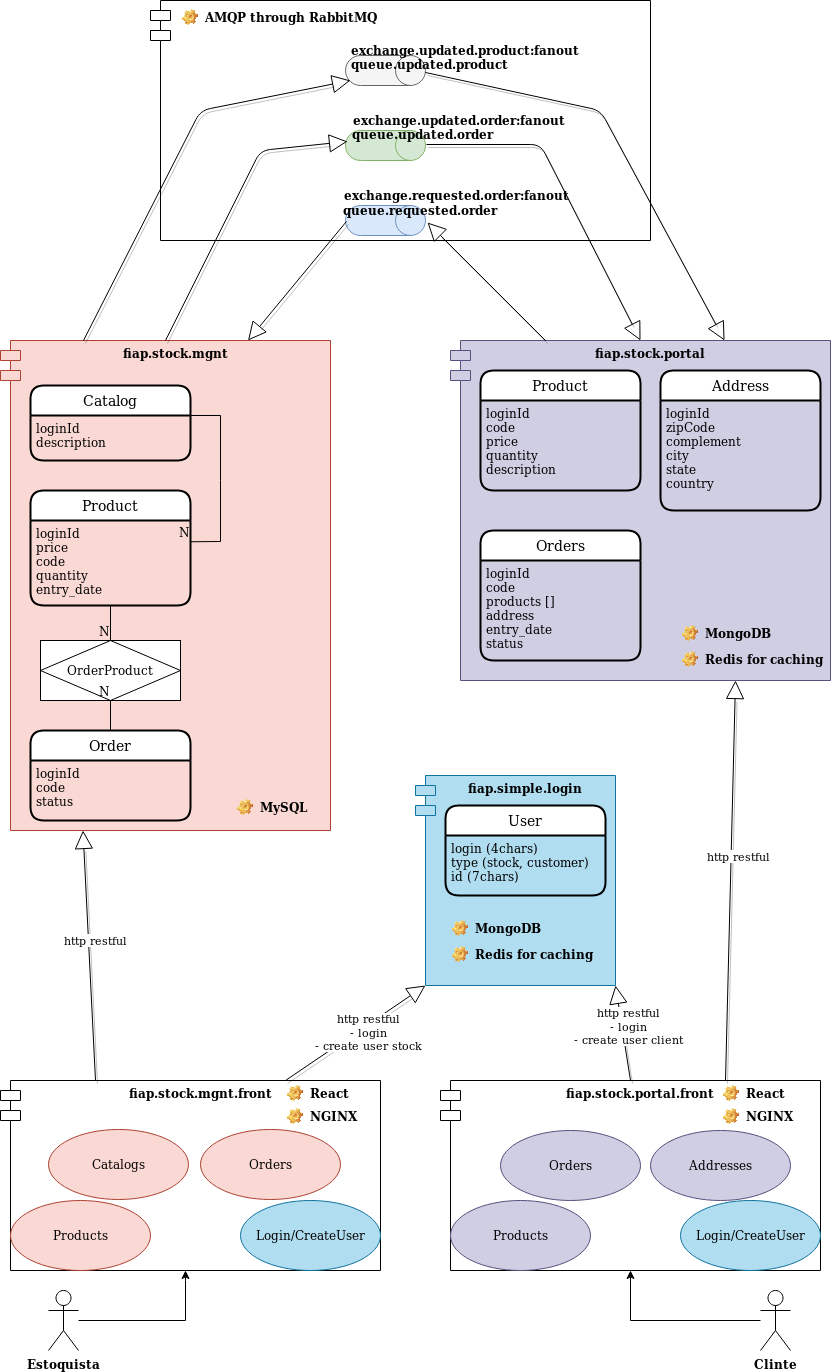
Before: docs/fiap.stock.ecommerce.png, a diagram exported from draw.io (jeanvillete/fiap-stock-ecommerce). Source tidied: cells renumbered, new cells last; positions are measured from the earlier drawing's top-left corner, leaving out a move shared by most shapes.
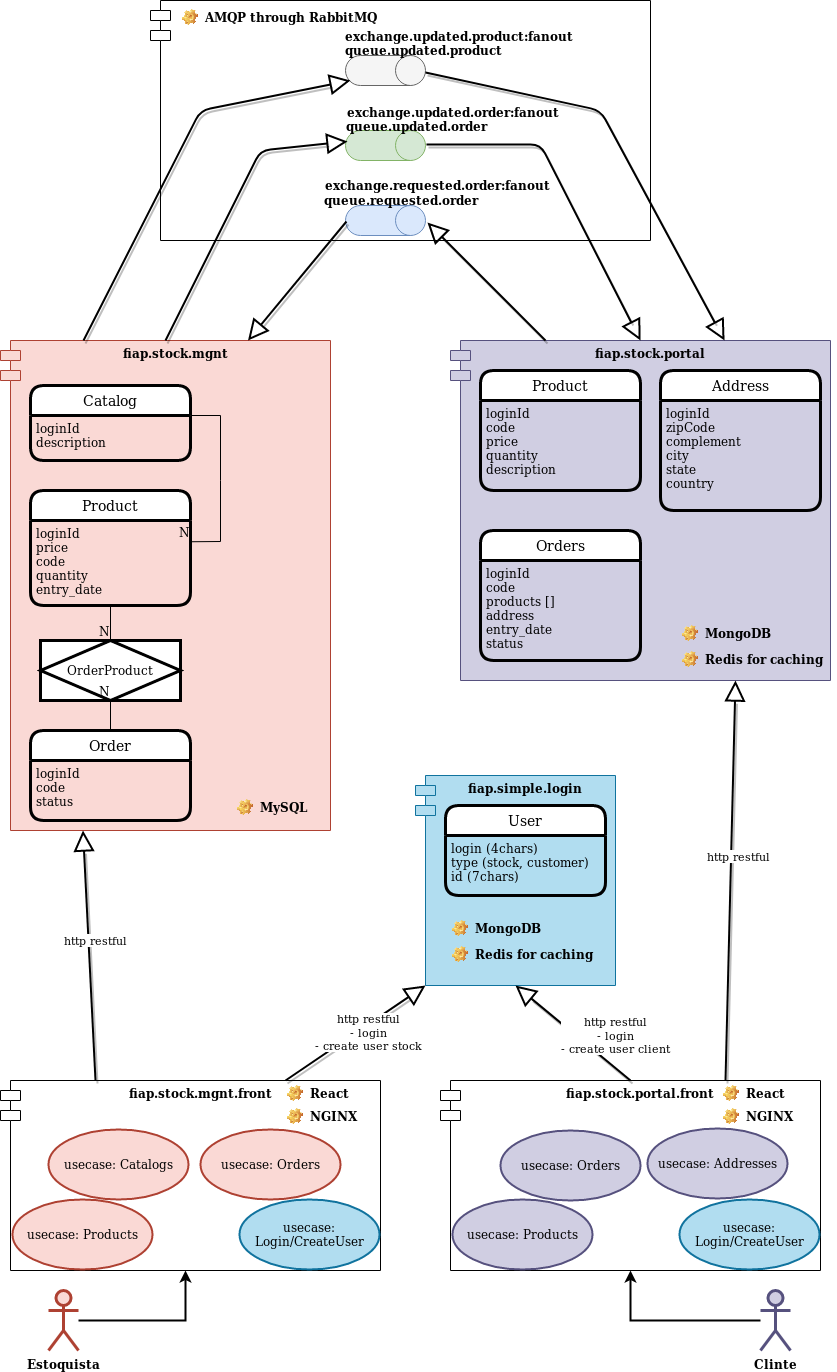
Above is the later version.

Commit message:
Atualizando diagrama de componentes

Change to the diagram source:
```diff
@@ -22,3 +22,3 @@
     </mxCell>
-    <mxCell id="6" value="OrderProduct" style="shape=associativeEntity;whiteSpace=wrap;html=1;align=center;" parent="1" vertex="1">
+    <mxCell id="6" value="OrderProduct" style="shape=associativeEntity;whiteSpace=wrap;html=1;align=center;fillColor=#FFFFFF;shadow=0;noLabel=0;strokeWidth=3;" parent="1" vertex="1">
       <mxGeometry x="40" y="640" width="140" height="60" as="geometry" />
@@ -49,3 +49,3 @@
     </mxCell>
-    <mxCell id="15" value="Catalog" style="swimlane;horizontal=1;startSize=30;rounded=1;fontSize=14;fontStyle=0;strokeWidth=2;shadow=0;dashed=0;align=center;" parent="1" vertex="1">
+    <mxCell id="15" value="Catalog" style="swimlane;horizontal=1;startSize=30;rounded=1;fontSize=14;fontStyle=0;strokeWidth=3;shadow=0;dashed=0;align=center;fillColor=#FFFFFF;noLabel=0;" parent="1" vertex="1">
       <mxGeometry x="30" y="385" width="160" height="75" as="geometry" />
@@ -55,3 +55,3 @@
     </mxCell>
-    <mxCell id="17" value="Product" style="swimlane;horizontal=1;startSize=30;rounded=1;fontSize=14;fontStyle=0;strokeWidth=2;shadow=0;dashed=0;align=center;" parent="1" vertex="1">
+    <mxCell id="17" value="Product" style="swimlane;horizontal=1;startSize=30;rounded=1;fontSize=14;fontStyle=0;strokeWidth=3;shadow=0;dashed=0;align=center;fillColor=#FFFFFF;noLabel=0;" parent="1" vertex="1">
       <mxGeometry x="30" y="490" width="160" height="115" as="geometry" />
@@ -61,3 +61,3 @@
     </mxCell>
-    <mxCell id="19" value="Order" style="swimlane;horizontal=1;startSize=30;rounded=1;fontSize=14;fontStyle=0;strokeWidth=2;shadow=0;dashed=0;align=center;" parent="1" vertex="1">
+    <mxCell id="19" value="Order" style="swimlane;horizontal=1;startSize=30;rounded=1;fontSize=14;fontStyle=0;strokeWidth=3;shadow=0;dashed=0;align=center;fillColor=#FFFFFF;noLabel=0;" parent="1" vertex="1">
       <mxGeometry x="30" y="730" width="160" height="90" as="geometry" />
@@ -73,3 +73,3 @@
     </mxCell>
-    <mxCell id="23" value="Address" style="swimlane;horizontal=1;startSize=30;rounded=1;fontSize=14;fontStyle=0;strokeWidth=2;shadow=0;dashed=0;align=center;" parent="1" vertex="1">
+    <mxCell id="23" value="Address" style="swimlane;horizontal=1;startSize=30;rounded=1;fontSize=14;fontStyle=0;strokeWidth=3;shadow=0;dashed=0;align=center;fillColor=#FFFFFF;noLabel=0;" parent="1" vertex="1">
       <mxGeometry x="660" y="370" width="160" height="140" as="geometry" />
@@ -79,3 +79,3 @@
     </mxCell>
-    <mxCell id="25" value="Product" style="swimlane;horizontal=1;startSize=30;rounded=1;fontSize=14;fontStyle=0;strokeWidth=2;shadow=0;dashed=0;align=center;" parent="1" vertex="1">
+    <mxCell id="25" value="Product" style="swimlane;horizontal=1;startSize=30;rounded=1;fontSize=14;fontStyle=0;strokeWidth=3;shadow=0;dashed=0;align=center;fillColor=#FFFFFF;noLabel=0;" parent="1" vertex="1">
       <mxGeometry x="480" y="370" width="160" height="120" as="geometry" />
@@ -85,3 +85,3 @@
     </mxCell>
-    <mxCell id="27" value="Orders" style="swimlane;horizontal=1;startSize=30;rounded=1;fontSize=14;fontStyle=0;strokeWidth=2;shadow=0;dashed=0;align=center;" parent="1" vertex="1">
+    <mxCell id="27" value="Orders" style="swimlane;horizontal=1;startSize=30;rounded=1;fontSize=14;fontStyle=0;strokeWidth=3;shadow=0;dashed=0;align=center;fillColor=#FFFFFF;noLabel=0;" parent="1" vertex="1">
       <mxGeometry x="480" y="530" width="160" height="130" as="geometry" />
@@ -94,10 +94,10 @@
     </mxCell>
-    <mxCell id="30" value="Orders" style="ellipse;whiteSpace=wrap;html=1;fillColor=#d0cee2;strokeColor=#56517e;" parent="1" vertex="1">
+    <mxCell id="30" value="usecase: Orders" style="ellipse;whiteSpace=wrap;html=1;fillColor=#d0cee2;strokeColor=#56517e;strokeWidth=2;" parent="1" vertex="1">
       <mxGeometry x="500" y="1130" width="140" height="70" as="geometry" />
     </mxCell>
-    <mxCell id="31" value="Addresses" style="ellipse;whiteSpace=wrap;html=1;fillColor=#d0cee2;strokeColor=#56517e;" parent="1" vertex="1">
-      <mxGeometry x="650" y="1130" width="140" height="70" as="geometry" />
+    <mxCell id="31" value="usecase: Addresses" style="ellipse;whiteSpace=wrap;html=1;fillColor=#d0cee2;strokeColor=#56517e;strokeWidth=2;" parent="1" vertex="1">
+      <mxGeometry x="647" y="1128" width="140" height="70" as="geometry" />
     </mxCell>
-    <mxCell id="32" value="Products" style="ellipse;whiteSpace=wrap;html=1;fillColor=#d0cee2;strokeColor=#56517e;" parent="1" vertex="1">
-      <mxGeometry x="450" y="1200" width="140" height="70" as="geometry" />
+    <mxCell id="32" value="usecase: Products" style="ellipse;whiteSpace=wrap;html=1;fillColor=#d0cee2;strokeColor=#56517e;strokeWidth=2;" parent="1" vertex="1">
+      <mxGeometry x="452" y="1199" width="140" height="70" as="geometry" />
     </mxCell>
@@ -106,30 +106,32 @@
     </mxCell>
-    <mxCell id="34" value="Catalogs" style="ellipse;whiteSpace=wrap;html=1;fillColor=#fad9d5;strokeColor=#ae4132;" parent="1" vertex="1">
+    <mxCell id="34" value="usecase: Catalogs" style="ellipse;whiteSpace=wrap;html=1;fillColor=#fad9d5;strokeColor=#ae4132;strokeWidth=2;" parent="1" vertex="1">
       <mxGeometry x="48" y="1129" width="140" height="70" as="geometry" />
     </mxCell>
-    <mxCell id="35" value="Orders" style="ellipse;whiteSpace=wrap;html=1;fillColor=#fad9d5;strokeColor=#ae4132;" parent="1" vertex="1">
+    <mxCell id="35" value="usecase: Orders" style="ellipse;whiteSpace=wrap;html=1;fillColor=#fad9d5;strokeColor=#ae4132;strokeWidth=2;" parent="1" vertex="1">
       <mxGeometry x="200" y="1129" width="140" height="70" as="geometry" />
     </mxCell>
-    <mxCell id="36" value="Products" style="ellipse;whiteSpace=wrap;html=1;fillColor=#fad9d5;strokeColor=#ae4132;" parent="1" vertex="1">
-      <mxGeometry x="10" y="1200" width="140" height="70" as="geometry" />
+    <mxCell id="36" value="usecase: Products" style="ellipse;whiteSpace=wrap;html=1;fillColor=#fad9d5;strokeColor=#ae4132;strokeWidth=2;" parent="1" vertex="1">
+      <mxGeometry x="12" y="1199" width="140" height="70" as="geometry" />
     </mxCell>
-    <mxCell id="37" value="Login/CreateUser" style="ellipse;whiteSpace=wrap;html=1;fillColor=#b1ddf0;strokeColor=#10739e;" parent="1" vertex="1">
-      <mxGeometry x="240" y="1200" width="140" height="70" as="geometry" />
+    <mxCell id="37" value="usecase: Login/CreateUser" style="ellipse;whiteSpace=wrap;html=1;fillColor=#b1ddf0;strokeColor=#10739e;strokeWidth=2;" parent="1" vertex="1">
+      <mxGeometry x="239" y="1199" width="140" height="70" as="geometry" />
     </mxCell>
-    <mxCell id="38" value="Login/CreateUser" style="ellipse;whiteSpace=wrap;html=1;fillColor=#b1ddf0;strokeColor=#10739e;" parent="1" vertex="1">
-      <mxGeometry x="680" y="1200" width="140" height="70" as="geometry" />
+    <mxCell id="38" value="usecase: Login/CreateUser" style="ellipse;whiteSpace=wrap;html=1;fillColor=#b1ddf0;strokeColor=#10739e;strokeWidth=2;" parent="1" vertex="1">
+      <mxGeometry x="679" y="1199" width="140" height="70" as="geometry" />
     </mxCell>
-    <mxCell id="39" value="http restful " style="endArrow=block;endSize=16;endFill=0;html=1;exitX=0.25;exitY=0;exitDx=0;exitDy=0;entryX=0.25;entryY=1;entryDx=0;entryDy=0;shadow=1;" parent="1" edge="1" source="33" target="2">
+    <mxCell id="39" value="http restful " style="endArrow=block;endSize=16;endFill=0;html=1;exitX=0.25;exitY=0;exitDx=0;exitDy=0;entryX=0.25;entryY=1;entryDx=0;entryDy=0;shadow=1;strokeWidth=2;" parent="1" edge="1" source="33" target="2">
       <mxGeometry x="0.12" y="-7" relative="1" as="geometry" />
     </mxCell>
-    <mxCell id="40" value="http restful" style="endArrow=block;endSize=16;endFill=0;html=1;exitX=0.75;exitY=0;exitDx=0;exitDy=0;entryX=0.75;entryY=1;entryDx=0;entryDy=0;shadow=1;" parent="1" edge="1" source="29" target="11">
+    <mxCell id="40" value="http restful" style="endArrow=block;endSize=16;endFill=0;html=1;exitX=0.75;exitY=0;exitDx=0;exitDy=0;entryX=0.75;entryY=1;entryDx=0;entryDy=0;shadow=1;strokeWidth=2;" parent="1" edge="1" source="29" target="11">
       <mxGeometry x="0.12" y="-7" relative="1" as="geometry" />
     </mxCell>
-    <mxCell id="41" value="&lt;div&gt;http restful &lt;br&gt;&lt;/div&gt;&lt;div&gt;- login&lt;/div&gt;&lt;div&gt;- create user stock&lt;br&gt;&lt;/div&gt;" style="endArrow=block;endSize=16;endFill=0;html=1;exitX=0.75;exitY=0;exitDx=0;exitDy=0;entryX=0;entryY=1;entryDx=10;entryDy=0;entryPerimeter=0;shadow=1;" parent="1" edge="1" source="33" target="3">
+    <mxCell id="41" value="&lt;div&gt;http restful &lt;br&gt;&lt;/div&gt;&lt;div&gt;- login&lt;/div&gt;&lt;div&gt;- create user stock&lt;br&gt;&lt;/div&gt;" style="endArrow=block;endSize=16;endFill=0;html=1;exitX=0.75;exitY=0;exitDx=0;exitDy=0;entryX=0;entryY=1;entryDx=10;entryDy=0;entryPerimeter=0;shadow=1;strokeWidth=2;" parent="1" edge="1" source="33" target="3">
       <mxGeometry x="0.12" y="-7" relative="1" as="geometry" />
     </mxCell>
-    <mxCell id="42" value="&lt;div&gt;http restful&lt;/div&gt;&lt;div&gt;- login&lt;/div&gt;&lt;div&gt;- create user client&lt;br&gt;&lt;/div&gt;" style="endArrow=block;endSize=16;endFill=0;html=1;exitX=0.5;exitY=0;exitDx=0;exitDy=0;entryX=1;entryY=1;entryDx=0;entryDy=0;shadow=1;" parent="1" edge="1" source="29" target="3">
-      <mxGeometry x="0.12" y="-7" relative="1" as="geometry" />
+    <mxCell id="42" value="&lt;div&gt;http restful&lt;/div&gt;&lt;div&gt;- login&lt;/div&gt;&lt;div&gt;- create user client&lt;br&gt;&lt;/div&gt;" style="endArrow=block;endSize=16;endFill=0;html=1;exitX=0.5;exitY=0;exitDx=0;exitDy=0;entryX=0.5;entryY=1;entryDx=0;entryDy=0;shadow=1;strokeWidth=2;" parent="1" edge="1" source="29" target="3">
+      <mxGeometry x="-0.45" y="-24" relative="1" as="geometry">
+        <mxPoint x="1" as="offset" />
+      </mxGeometry>
     </mxCell>
-    <mxCell id="43" value="User" style="swimlane;horizontal=1;startSize=30;rounded=1;fontSize=14;fontStyle=0;strokeWidth=2;shadow=0;dashed=0;align=center;" parent="1" vertex="1">
+    <mxCell id="43" value="User" style="swimlane;horizontal=1;startSize=30;rounded=1;fontSize=14;fontStyle=0;strokeWidth=3;shadow=0;dashed=0;align=center;fillColor=#FFFFFF;noLabel=0;" parent="1" vertex="1">
       <mxGeometry x="445" y="805" width="160" height="90" as="geometry" />
@@ -139,3 +141,3 @@
     </mxCell>
-    <mxCell id="45" style="edgeStyle=orthogonalEdgeStyle;rounded=0;jettySize=auto;html=1;" parent="1" edge="1" source="46" target="33">
+    <mxCell id="45" style="edgeStyle=orthogonalEdgeStyle;rounded=0;jettySize=auto;html=1;strokeWidth=2;" parent="1" edge="1" source="46" target="33">
       <mxGeometry relative="1" as="geometry">
@@ -147,6 +149,6 @@
     </mxCell>
-    <mxCell id="46" value="Estoquista" style="shape=umlActor;verticalLabelPosition=bottom;verticalAlign=top;html=1;fontStyle=1;" parent="1" vertex="1">
+    <mxCell id="46" value="Estoquista" style="shape=umlActor;verticalLabelPosition=bottom;verticalAlign=top;html=1;fontStyle=1;fillColor=#fad9d5;strokeColor=#ae4132;strokeWidth=3;" parent="1" vertex="1">
       <mxGeometry x="48" y="1290" width="30" height="60" as="geometry" />
     </mxCell>
-    <mxCell id="47" style="edgeStyle=orthogonalEdgeStyle;rounded=0;jettySize=auto;html=1;" parent="1" edge="1" source="48" target="29">
+    <mxCell id="47" style="edgeStyle=orthogonalEdgeStyle;rounded=0;jettySize=auto;html=1;strokeWidth=2;" parent="1" edge="1" source="48" target="29">
       <mxGeometry relative="1" as="geometry">
@@ -157,3 +159,3 @@
     </mxCell>
-    <mxCell id="48" value="Clinte" style="shape=umlActor;verticalLabelPosition=bottom;verticalAlign=top;html=1;fontStyle=1;" parent="1" vertex="1">
+    <mxCell id="48" value="Clinte" style="shape=umlActor;verticalLabelPosition=bottom;verticalAlign=top;html=1;fontStyle=1;fillColor=#d0cee2;strokeColor=#56517e;strokeWidth=3;" parent="1" vertex="1">
       <mxGeometry x="760" y="1290" width="30" height="60" as="geometry" />
@@ -179,11 +181,11 @@
     <mxCell id="55" value="exchange.requested.order:fanout" style="text;html=1;strokeColor=none;fillColor=none;align=center;verticalAlign=middle;whiteSpace=wrap;rounded=0;fontStyle=1;" parent="1" vertex="1">
-      <mxGeometry x="271" y="185" width="370" height="20" as="geometry" />
+      <mxGeometry x="252" y="175" width="370" height="20" as="geometry" />
     </mxCell>
     <mxCell id="56" value="queue.requested.order" style="text;html=1;strokeColor=none;fillColor=none;align=center;verticalAlign=middle;whiteSpace=wrap;rounded=0;fontStyle=1;" parent="1" vertex="1">
-      <mxGeometry x="235" y="200" width="370" height="20" as="geometry" />
+      <mxGeometry x="216" y="190" width="370" height="20" as="geometry" />
     </mxCell>
-    <mxCell id="57" style="endArrow=block;endSize=16;endFill=0;html=1;exitX=0.25;exitY=0;exitDx=0;exitDy=0;entryX=0.567;entryY=-0.025;entryDx=0;entryDy=0;entryPerimeter=0;shadow=1;sketch=0;" parent="1" edge="1" source="11" target="54">
+    <mxCell id="57" style="endArrow=block;endSize=16;endFill=0;html=1;exitX=0.25;exitY=0;exitDx=0;exitDy=0;entryX=0.567;entryY=-0.025;entryDx=0;entryDy=0;entryPerimeter=0;shadow=1;sketch=0;strokeWidth=2;" parent="1" edge="1" source="11" target="54">
       <mxGeometry x="-0.5" y="-33" relative="1" as="geometry" />
     </mxCell>
-    <mxCell id="58" style="endArrow=block;endSize=16;endFill=0;html=1;entryX=0.75;entryY=0;entryDx=0;entryDy=0;exitX=0.533;exitY=0.988;exitDx=0;exitDy=0;exitPerimeter=0;shadow=1;" parent="1" edge="1" source="54" target="2">
+    <mxCell id="58" style="endArrow=block;endSize=16;endFill=0;html=1;entryX=0.75;entryY=0;entryDx=0;entryDy=0;exitX=0.533;exitY=0.988;exitDx=0;exitDy=0;exitPerimeter=0;shadow=1;strokeWidth=2;" parent="1" edge="1" source="54" target="2">
       <mxGeometry x="-0.5" y="-33" relative="1" as="geometry" />
@@ -200,14 +202,14 @@
     <mxCell id="62" value="exchange.updated.order:fanout" style="text;html=1;strokeColor=none;fillColor=none;align=center;verticalAlign=middle;whiteSpace=wrap;rounded=0;fontStyle=1;" parent="1" vertex="1">
-      <mxGeometry x="274" y="110" width="370" height="20" as="geometry" />
+      <mxGeometry x="268" y="102" width="370" height="20" as="geometry" />
     </mxCell>
     <mxCell id="63" value="queue.updated.order" style="text;html=1;strokeColor=none;align=center;verticalAlign=middle;whiteSpace=wrap;rounded=0;strokeWidth=1;fontStyle=1;" parent="1" vertex="1">
-      <mxGeometry x="237" y="124" width="370" height="20" as="geometry" />
+      <mxGeometry x="231" y="116" width="370" height="20" as="geometry" />
     </mxCell>
     <mxCell id="64" value="exchange.updated.product:fanout" style="text;html=1;strokeColor=none;fillColor=none;align=center;verticalAlign=middle;whiteSpace=wrap;rounded=0;fontStyle=1;" parent="1" vertex="1">
-      <mxGeometry x="280" y="40" width="370" height="20" as="geometry" />
+      <mxGeometry x="274" y="26" width="370" height="20" as="geometry" />
     </mxCell>
     <mxCell id="65" value="queue.updated.product" style="text;html=1;strokeColor=none;fillColor=none;align=center;verticalAlign=middle;whiteSpace=wrap;rounded=0;fontStyle=1;" parent="1" vertex="1">
-      <mxGeometry x="244" y="54" width="370" height="20" as="geometry" />
+      <mxGeometry x="238" y="40" width="370" height="20" as="geometry" />
     </mxCell>
-    <mxCell id="66" style="endArrow=block;endSize=16;endFill=0;html=1;exitX=0.467;exitY=-0.012;exitDx=0;exitDy=0;entryX=0.5;entryY=0;entryDx=0;entryDy=0;shadow=1;sketch=0;exitPerimeter=0;" parent="1" edge="1" source="60" target="11">
+    <mxCell id="66" style="endArrow=block;endSize=16;endFill=0;html=1;exitX=0.467;exitY=-0.012;exitDx=0;exitDy=0;entryX=0.5;entryY=0;entryDx=0;entryDy=0;shadow=1;sketch=0;exitPerimeter=0;strokeWidth=2;" parent="1" edge="1" source="60" target="11">
       <mxGeometry x="-0.5" y="-33" relative="1" as="geometry">
@@ -218,3 +220,3 @@
     </mxCell>
-    <mxCell id="67" style="endArrow=block;endSize=16;endFill=0;html=1;entryX=0.367;entryY=0.975;entryDx=0;entryDy=0;exitX=0.5;exitY=0;exitDx=0;exitDy=0;entryPerimeter=0;shadow=1;" parent="1" edge="1" source="2" target="60">
+    <mxCell id="67" style="endArrow=block;endSize=16;endFill=0;html=1;entryX=0.367;entryY=0.975;entryDx=0;entryDy=0;exitX=0.5;exitY=0;exitDx=0;exitDy=0;entryPerimeter=0;shadow=1;strokeWidth=2;" parent="1" edge="1" source="2" target="60">
       <mxGeometry x="-0.5" y="-33" relative="1" as="geometry">
@@ -225,3 +227,3 @@
     </mxCell>
-    <mxCell id="68" style="endArrow=block;endSize=16;endFill=0;html=1;entryX=0.833;entryY=0.938;entryDx=0;entryDy=0;exitX=0.5;exitY=0;exitDx=0;exitDy=0;entryPerimeter=0;shadow=1;" parent="1" edge="1" target="61">
+    <mxCell id="68" style="endArrow=block;endSize=16;endFill=0;html=1;entryX=0.833;entryY=0.938;entryDx=0;entryDy=0;exitX=0.5;exitY=0;exitDx=0;exitDy=0;entryPerimeter=0;shadow=1;strokeWidth=2;" parent="1" edge="1" target="61">
       <mxGeometry x="-0.5" y="-33" relative="1" as="geometry">
@@ -233,3 +235,3 @@
     </mxCell>
-    <mxCell id="69" style="endArrow=block;endSize=16;endFill=0;html=1;exitX=0.567;exitY=0;exitDx=0;exitDy=0;entryX=0.5;entryY=0;entryDx=0;entryDy=0;shadow=1;sketch=0;exitPerimeter=0;" parent="1" edge="1" source="61">
+    <mxCell id="69" style="endArrow=block;endSize=16;endFill=0;html=1;exitX=0.567;exitY=0;exitDx=0;exitDy=0;entryX=0.5;entryY=0;entryDx=0;entryDy=0;shadow=1;sketch=0;exitPerimeter=0;strokeWidth=2;" parent="1" edge="1" source="61">
       <mxGeometry x="-0.5" y="-33" relative="1" as="geometry">
```
